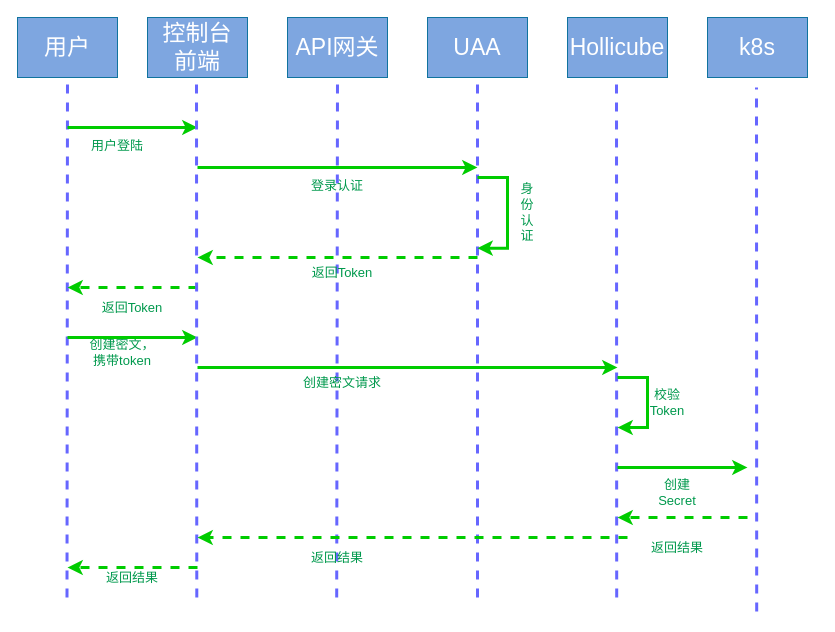
This is Untitled Diagram.drawio from TonyZZhang/AI_With_Drug_Development, a draw.io file, before an edit. Source tidied: cells renumbered, new cells numbered last; positions are measured from the earlier drawing's top-left corner, leaving out a move shared by most shapes. Both pictures are drawn from the tidied source at 100%, with x=0, y=0 at pixel (17, 17).
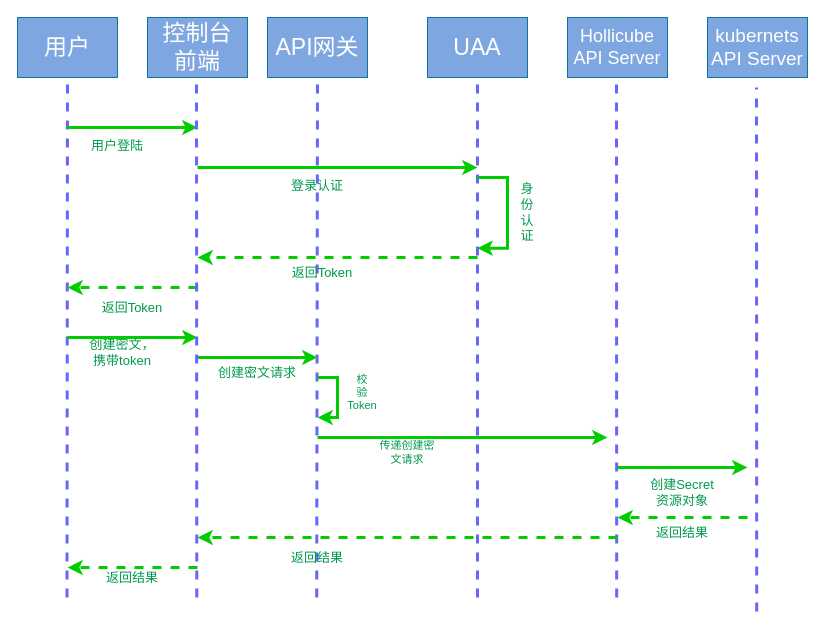
Above is the later version.

The change refers to these unchanged cells:
```xml
<mxCell id="17" style="group;" parent="1" vertex="1">
  <mxGeometry x="410" width="140" height="580" as="geometry" />
</mxCell>
<mxCell id="23" style="group;" parent="1" vertex="1">
  <mxGeometry x="550" width="150" height="580" as="geometry" />
</mxCell>
<mxCell id="32" style="group;" parent="1" vertex="1">
  <mxGeometry x="690" width="110" height="580" as="geometry" />
</mxCell>
```

What changed in the source:
```diff
@@
     <mxCell id="10" style="group;" parent="1" vertex="1">
-      <mxGeometry x="270" width="140" height="580" as="geometry" />
+      <mxGeometry x="250" width="170" height="580" as="geometry" />
     </mxCell>
@@
     <mxCell id="15" value="创建密文请求" style="text;html=1;strokeColor=none;fillColor=none;align=center;verticalAlign=middle;whiteSpace=wrap;rounded=0;dashed=1;fontSize=13;fontColor=#00994D;" parent="10" vertex="1">
-      <mxGeometry x="15" y="350" width="80" height="30" as="geometry" />
+      <mxGeometry x="-50" y="340" width="80" height="30" as="geometry" />
     </mxCell>
@@
+    <mxCell id="44" style="endArrow=classic;html=1;rounded=0;fontSize=23;fontColor=#FFFFFF;strokeColor=#00CC00;strokeWidth=3;" parent="10" edge="1">
+      <mxGeometry relative="1" as="geometry">
+        <mxPoint x="50" y="360" as="sourcePoint" />
+        <mxPoint x="50" y="400" as="targetPoint" />
+        <Array as="points">
+          <mxPoint x="70" y="360" />
+          <mxPoint x="70" y="400" />
+        </Array>
+      </mxGeometry>
+    </mxCell>
+    <mxCell id="45" value="校&lt;br&gt;验&lt;br&gt;Token" style="text;html=1;strokeColor=none;fillColor=none;align=center;verticalAlign=middle;whiteSpace=wrap;rounded=0;dashed=1;fontSize=11;fontColor=#00994D;rotation=0;" parent="10" vertex="1">
+      <mxGeometry x="65" y="365" width="60" height="20" as="geometry" />
+    </mxCell>
+    <mxCell id="46" style="endArrow=classic;html=1;rounded=0;fontSize=23;fontColor=#FFFFFF;strokeColor=#00CC00;strokeWidth=3;" parent="10" edge="1">
+      <mxGeometry relative="1" as="geometry">
+        <mxPoint x="50" y="420" as="sourcePoint" />
+        <mxPoint x="340" y="420" as="targetPoint" />
+      </mxGeometry>
+    </mxCell>
+    <mxCell id="47" value="传递创建密文请求" style="text;html=1;strokeColor=none;fillColor=none;align=center;verticalAlign=middle;whiteSpace=wrap;rounded=0;dashed=1;fontSize=11;fontColor=#00994D;" parent="10" vertex="1">
+      <mxGeometry x="110" y="420" width="60" height="30" as="geometry" />
+    </mxCell>
@@
+    <mxCell id="22" value="身&lt;br&gt;份&lt;br&gt;认&lt;br&gt;证" style="text;html=1;strokeColor=none;fillColor=none;align=center;verticalAlign=middle;whiteSpace=wrap;rounded=0;dashed=1;fontSize=13;fontColor=#00994D;rotation=0;" parent="17" vertex="1">
+      <mxGeometry x="70" y="180" width="60" height="30" as="geometry" />
+    </mxCell>
     <mxCell id="21" style="endArrow=classic;html=1;rounded=0;fontSize=23;fontColor=#FFFFFF;strokeColor=#00CC00;strokeWidth=3;" parent="17" edge="1">
       <mxGeometry relative="1" as="geometry">
-        <mxPoint x="-230" y="350" as="sourcePoint" />
-        <mxPoint x="190" y="350" as="targetPoint" />
+        <mxPoint x="-230" y="340" as="sourcePoint" />
+        <mxPoint x="-110" y="340" as="targetPoint" />
       </mxGeometry>
     </mxCell>
-    <mxCell id="22" value="身&lt;br&gt;份&lt;br&gt;认&lt;br&gt;证" style="text;html=1;strokeColor=none;fillColor=none;align=center;verticalAlign=middle;whiteSpace=wrap;rounded=0;dashed=1;fontSize=13;fontColor=#00994D;rotation=0;" parent="17" vertex="1">
-      <mxGeometry x="70" y="180" width="60" height="30" as="geometry" />
-    </mxCell>
@@
-    <mxCell id="24" value="&lt;font color=&quot;#ffffff&quot;&gt;&lt;span style=&quot;font-size: 23px&quot;&gt;Hollicube&lt;/span&gt;&lt;/font&gt;" style="rounded=0;whiteSpace=wrap;html=1;fillColor=#7EA6E0;strokeColor=#10739e;" parent="23" vertex="1">
+    <mxCell id="24" value="&lt;font color=&quot;#ffffff&quot;&gt;&lt;span style=&quot;font-size: 18px&quot;&gt;Hollicube&lt;br&gt;API Server&lt;br&gt;&lt;/span&gt;&lt;/font&gt;" style="rounded=0;whiteSpace=wrap;html=1;fillColor=#7EA6E0;strokeColor=#10739e;" parent="23" vertex="1">
       <mxGeometry width="100" height="60" as="geometry" />
     </mxCell>
@@
-    <mxCell id="26" style="endArrow=classic;html=1;rounded=0;fontSize=23;fontColor=#FFFFFF;strokeColor=#00CC00;strokeWidth=3;" parent="23" edge="1">
-      <mxGeometry relative="1" as="geometry">
-        <mxPoint x="50" y="360" as="sourcePoint" />
-        <mxPoint x="50" y="410" as="targetPoint" />
-        <Array as="points">
-          <mxPoint x="80" y="360" />
-          <mxPoint x="80" y="410" />
-        </Array>
-      </mxGeometry>
-    </mxCell>
@@
-    <mxCell id="28" value="校验Token" style="text;html=1;strokeColor=none;fillColor=none;align=center;verticalAlign=middle;whiteSpace=wrap;rounded=0;dashed=1;fontSize=13;fontColor=#00994D;rotation=0;" parent="23" vertex="1">
-      <mxGeometry x="70" y="370" width="60" height="30" as="geometry" />
-    </mxCell>
-    <mxCell id="29" value="创建Secret" style="text;html=1;strokeColor=none;fillColor=none;align=center;verticalAlign=middle;whiteSpace=wrap;rounded=0;dashed=1;fontSize=13;fontColor=#00994D;" parent="23" vertex="1">
-      <mxGeometry x="80" y="460" width="60" height="30" as="geometry" />
+    <mxCell id="29" value="创建Secret资源对象" style="text;html=1;strokeColor=none;fillColor=none;align=center;verticalAlign=middle;whiteSpace=wrap;rounded=0;dashed=1;fontSize=13;fontColor=#00994D;" parent="23" vertex="1">
+      <mxGeometry x="80" y="460" width="70" height="30" as="geometry" />
     </mxCell>
@@
     <mxCell id="31" value="返回结果" style="text;html=1;strokeColor=none;fillColor=none;align=center;verticalAlign=middle;whiteSpace=wrap;rounded=0;dashed=1;fontSize=13;fontColor=#00994D;" parent="23" vertex="1">
-      <mxGeometry x="80" y="515" width="60" height="30" as="geometry" />
+      <mxGeometry x="85" y="500" width="60" height="30" as="geometry" />
     </mxCell>
@@
-    <mxCell id="33" value="&lt;font style=&quot;font-size: 23px&quot; color=&quot;#ffffff&quot;&gt;k8s&lt;/font&gt;" style="rounded=0;whiteSpace=wrap;html=1;fillColor=#7EA6E0;strokeColor=#10739e;" parent="32" vertex="1">
+    <mxCell id="33" value="&lt;font style=&quot;font-size: 19px&quot; color=&quot;#ffffff&quot;&gt;kubernets&lt;br&gt;API Server&lt;br&gt;&lt;/font&gt;" style="rounded=0;whiteSpace=wrap;html=1;fillColor=#7EA6E0;strokeColor=#10739e;" parent="32" vertex="1">
       <mxGeometry width="100" height="60" as="geometry" />
     </mxCell>
@@
     <mxCell id="42" style="endArrow=classic;html=1;rounded=0;fontSize=23;fontColor=#FFFFFF;strokeColor=#00CC00;strokeWidth=3;dashed=1;" parent="1" edge="1">
       <mxGeometry relative="1" as="geometry">
-        <mxPoint x="610" y="520" as="sourcePoint" />
+        <mxPoint x="600" y="520" as="sourcePoint" />
         <mxPoint x="180" y="520" as="targetPoint" />
       </mxGeometry>
     </mxCell>
```
